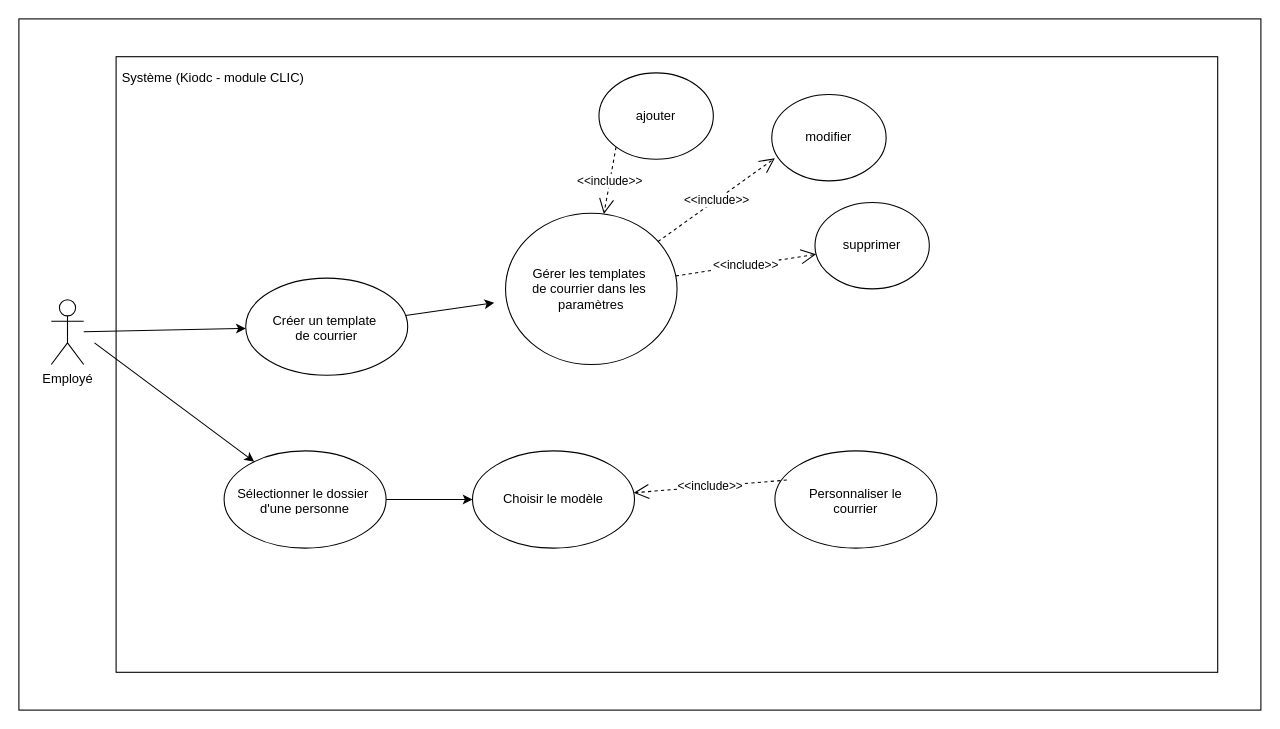
This is Diagramme sans nom.drawio from Paulilinaire/UML, a draw.io file, before an edit. Source tidied: cells renumbered, new cells numbered last; positions are measured from the earlier drawing's top-left corner, leaving out a move shared by most shapes. Both pictures are drawn from the tidied source at 108%, with x=0, y=0 at pixel (18, 18).
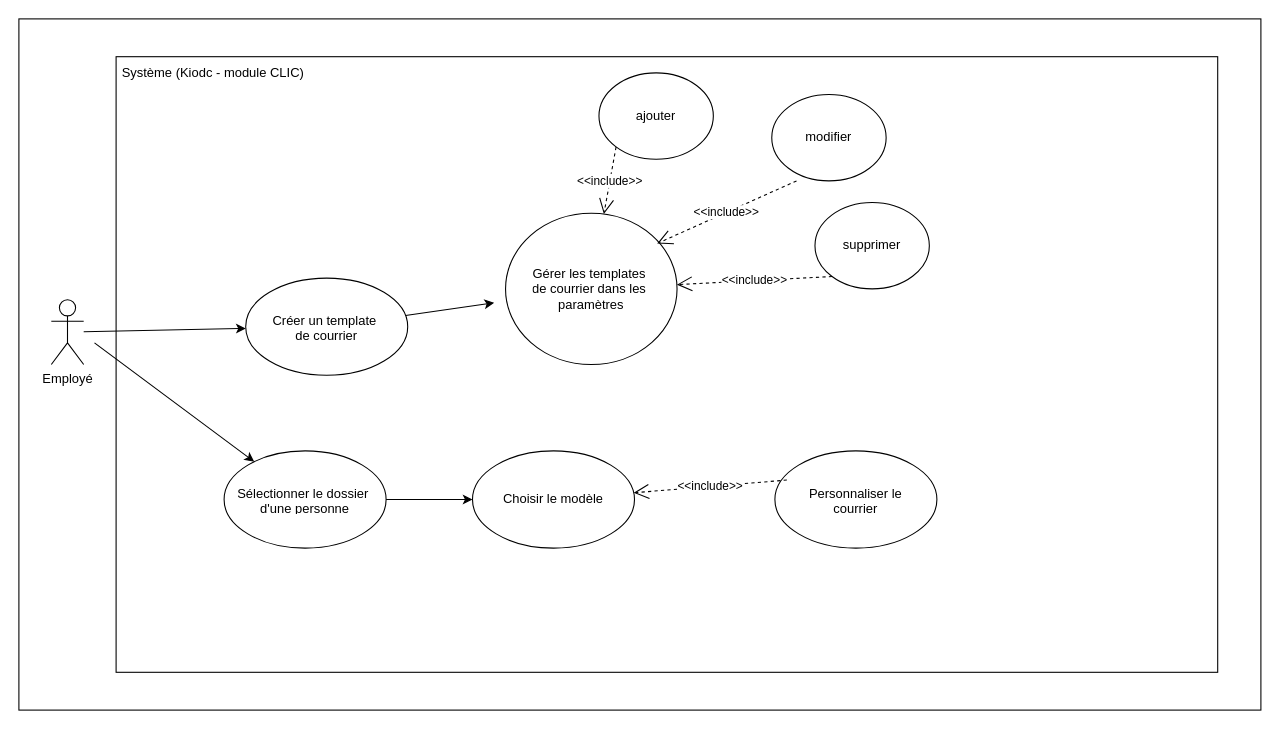
The same diagram, later.

Commit message:
Mettre à jour Diagramme sans nom.drawio

Unchanged cells that the change refers to:
```xml
<mxCell id="16" style="ellipse;whiteSpace=wrap;html=1;" parent="15" vertex="1">
  <mxGeometry x="7.1" width="105.9" height="80" as="geometry" />
</mxCell>
<mxCell id="20" value=" modifier" style="text;strokeColor=none;fillColor=none;align=center;verticalAlign=middle;spacingLeft=4;spacingRight=4;overflow=hidden;points=[[0,0.5],[1,0.5]];portConstraint=eastwest;whiteSpace=wrap;html=1;" parent="18" vertex="1">
  <mxGeometry y="26.7" width="120" height="26.7" as="geometry" />
</mxCell>
<mxCell id="25" style="ellipse;whiteSpace=wrap;html=1;" parent="24" vertex="1">
  <mxGeometry x="10.6" width="158.8" height="140" as="geometry" />
</mxCell>
```

The edit, as a diff of the source:
```diff
@@
     <mxCell id="5" value="Système (Kiodc - module CLIC)" style="text;html=1;align=center;verticalAlign=middle;whiteSpace=wrap;rounded=0;" parent="1" vertex="1">
-      <mxGeometry x="90" y="40" width="180" height="30" as="geometry" />
+      <mxGeometry x="90" y="35" width="180" height="30" as="geometry" />
     </mxCell>
@@
-    <mxCell id="28" value="&amp;lt;&amp;lt;include&amp;gt;&amp;gt;" style="endArrow=open;endSize=12;dashed=1;html=1;rounded=0;entryX=0.083;entryY=1.212;entryDx=0;entryDy=0;entryPerimeter=0;" parent="1" edge="1" source="25" target="20">
-      <mxGeometry relative="1" as="geometry" />
+    <mxCell id="28" value="&amp;lt;&amp;lt;include&amp;gt;&amp;gt;" style="endArrow=open;endSize=12;dashed=1;html=1;rounded=0;entryX=0.884;entryY=0.2;entryDx=0;entryDy=0;entryPerimeter=0;" parent="1" edge="1" target="25">
+      <mxGeometry relative="1" as="geometry">
+        <mxPoint x="720" y="150" as="sourcePoint" />
+      </mxGeometry>
     </mxCell>
-    <mxCell id="29" value="&amp;lt;&amp;lt;include&amp;gt;&amp;gt;" style="endArrow=open;endSize=12;dashed=1;html=1;rounded=0;" parent="1" edge="1" source="25" target="16">
+    <mxCell id="29" value="&amp;lt;&amp;lt;include&amp;gt;&amp;gt;" style="endArrow=open;endSize=12;dashed=1;html=1;rounded=0;exitX=0;exitY=1;exitDx=0;exitDy=0;" parent="1" edge="1" source="16" target="25">
       <mxGeometry relative="1" as="geometry" />
     </mxCell>
```
